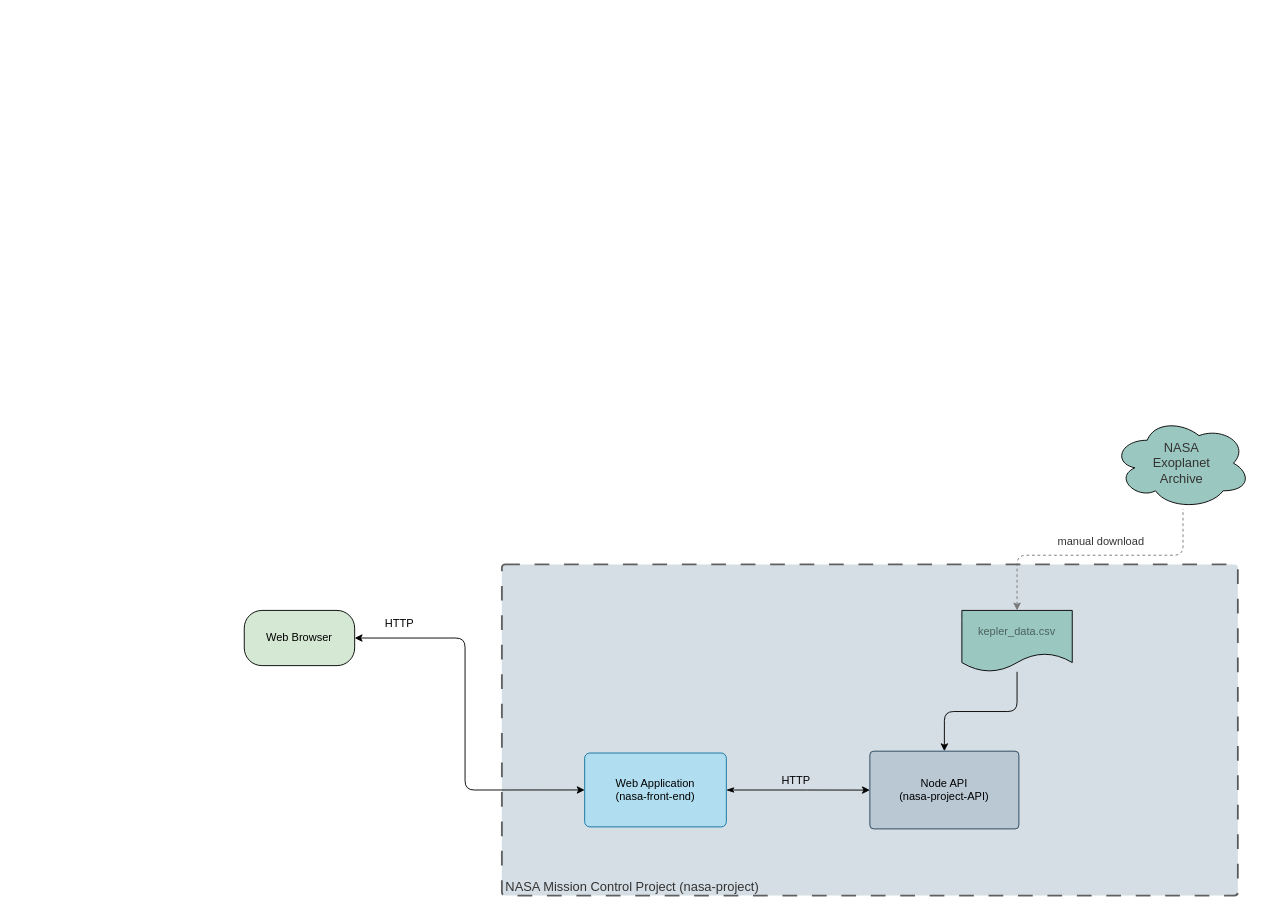
The draw.io diagram Nasa-Project.drawio in eudagraca/nasa-mission-control, before the edit. Source tidied: cells renumbered, new cells numbered last; positions are measured from the earlier drawing's top-left corner, leaving out a move shared by most shapes. Both pictures are drawn from the tidied source at 92%, with x=0, y=0 at pixel (244, 417).
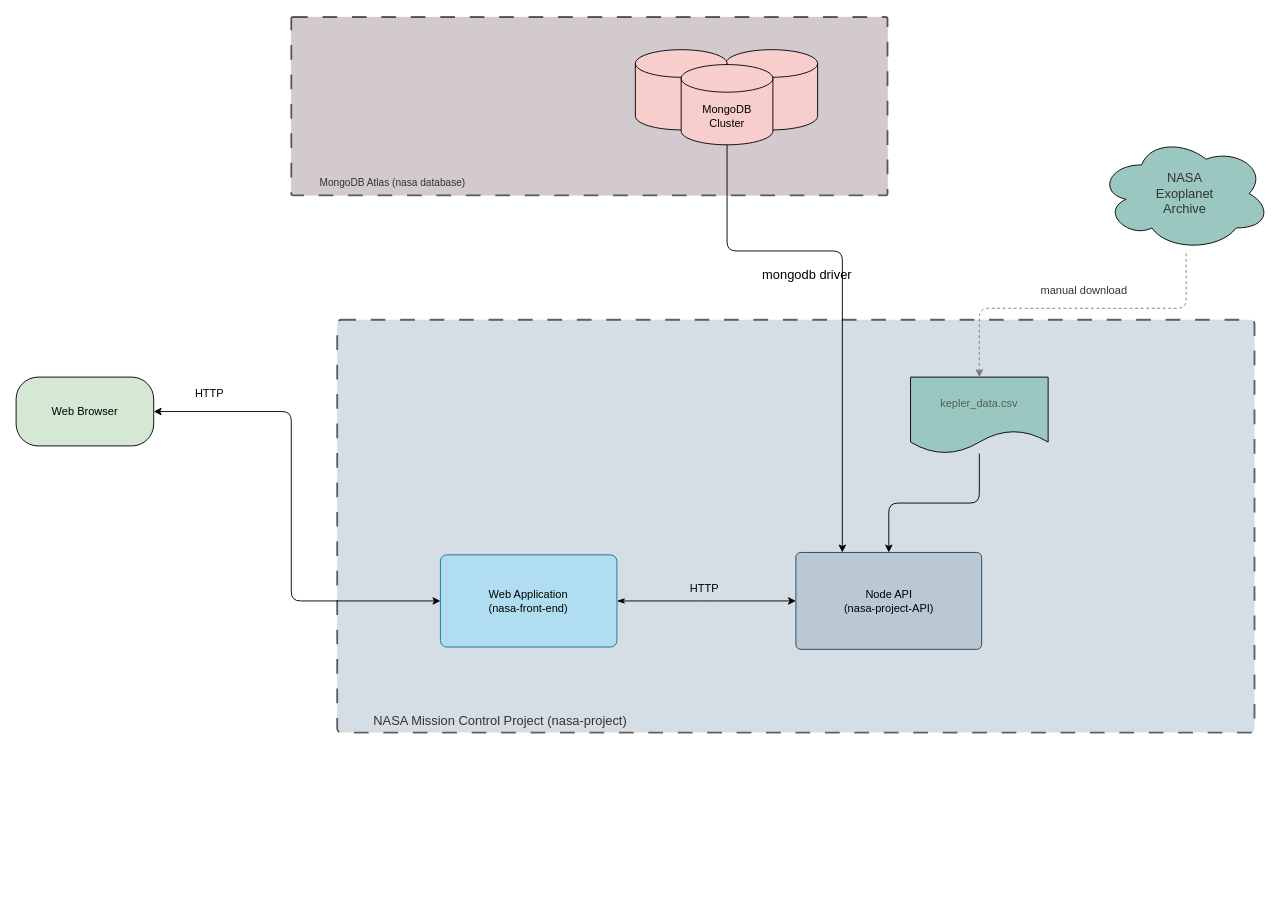
Above is the later version.

The edit, as a diff of the source:
```diff
@@
     <mxCell id="2" style="rounded=1;whiteSpace=wrap;html=1;dashed=1;strokeWidth=2;fillColor=#bac8d3;strokeColor=#000000;opacity=60;arcSize=1;dashPattern=8 8;" parent="1" vertex="1">
-      <mxGeometry x="280" y="160" width="800" height="360" as="geometry" />
+      <mxGeometry x="101" y="-105.9" width="997.1" height="448.7" as="geometry" />
     </mxCell>
-    <mxCell id="3" style="edgeStyle=orthogonalEdgeStyle;rounded=1;jettySize=auto;html=1;startArrow=classicThin;startFill=1;" parent="1" edge="1" source="4" target="5">
-      <mxGeometry relative="1" as="geometry" />
-    </mxCell>
     <mxCell id="4" value="Web Application&lt;br&gt;(nasa-front-end)" style="rounded=1;whiteSpace=wrap;html=1;fillColor=#b1ddf0;strokeColor=#10739e;arcSize=7;" parent="1" vertex="1">
-      <mxGeometry x="370" y="365" width="154" height="80.3" as="geometry" />
+      <mxGeometry x="213.2" y="149.6" width="191.9" height="100.2" as="geometry" />
     </mxCell>
     <mxCell id="5" value="Node API&lt;br&gt;(nasa-project-API)" style="rounded=1;whiteSpace=wrap;html=1;fillColor=#bac8d3;strokeColor=#23445d;arcSize=5;" parent="1" vertex="1">
-      <mxGeometry x="680" y="363" width="162" height="84.5" as="geometry" />
+      <mxGeometry x="599.6" y="147" width="201.9" height="105.3" as="geometry" />
     </mxCell>
+    <mxCell id="3" style="edgeStyle=orthogonalEdgeStyle;rounded=1;jettySize=auto;html=1;startArrow=classicThin;startFill=1;" parent="1" edge="1" source="4" target="5">
+      <mxGeometry relative="1" as="geometry" />
+    </mxCell>
     <mxCell id="6" value="HTTP" style="text;html=1;strokeColor=none;fillColor=none;align=center;verticalAlign=middle;whiteSpace=wrap;rounded=1;" parent="1" vertex="1">
-      <mxGeometry x="570" y="380" width="60" height="30" as="geometry" />
+      <mxGeometry x="462.5" y="168.3" width="74.8" height="37.4" as="geometry" />
     </mxCell>
     <mxCell id="7" value="NASA Mission Control Project (nasa-project)" style="text;html=1;strokeColor=none;fillColor=none;align=center;verticalAlign=middle;whiteSpace=wrap;rounded=1;fontSize=14;fontColor=#333333;" parent="1" vertex="1">
-      <mxGeometry x="282" y="495" width="280" height="30" as="geometry" />
+      <mxGeometry x="103.5" y="311.6" width="349" height="37.4" as="geometry" />
     </mxCell>
     <mxCell id="8" style="edgeStyle=orthogonalEdgeStyle;rounded=1;jettySize=auto;html=1;entryX=0;entryY=0.5;entryDx=0;entryDy=0;startArrow=classic;startFill=1;jumpStyle=sharp;" parent="1" edge="1" source="9" target="4">
       <mxGeometry relative="1" as="geometry">
         <Array as="points">
-          <mxPoint x="240" y="240" />
-          <mxPoint x="240" y="405" />
+          <mxPoint x="51.1" y="-6.2" />
+          <mxPoint x="51.1" y="199.4" />
         </Array>
       </mxGeometry>
     </mxCell>
     <mxCell id="9" value="Web Browser" style="rounded=1;whiteSpace=wrap;html=1;strokeColor=#000000;strokeWidth=1;arcSize=32;fillColor=#d5e8d4;" parent="1" vertex="1">
-      <mxGeometry y="210" width="120" height="60" as="geometry" />
+      <mxGeometry x="-248" y="-43.6" width="149.6" height="74.8" as="geometry" />
     </mxCell>
     <mxCell id="10" value="HTTP" style="text;html=1;strokeColor=none;fillColor=none;align=center;verticalAlign=middle;whiteSpace=wrap;rounded=1;" parent="1" vertex="1">
-      <mxGeometry x="139" y="210" width="60" height="30" as="geometry" />
+      <mxGeometry x="-74.7" y="-43.6" width="74.8" height="37.4" as="geometry" />
     </mxCell>
@@
     <mxCell id="12" value="&lt;font face=&quot;Helvetica&quot; style=&quot;font-size: 12px;&quot;&gt;kepler_data.csv&lt;/font&gt;" style="shape=document;whiteSpace=wrap;html=1;boundedLbl=1;rounded=1;hachureGap=4;fontFamily=Architects Daughter;fontSize=12;fillColor=#9AC7BF;fontColor=#000000;textOpacity=50;" parent="1" vertex="1">
-      <mxGeometry x="780" y="210" width="120" height="66.7" as="geometry" />
+      <mxGeometry x="724.2" y="-43.6" width="149.6" height="83.1" as="geometry" />
     </mxCell>
     <mxCell id="13" value="NASA &lt;br style=&quot;font-size: 14px;&quot;&gt;Exoplanet&lt;br style=&quot;font-size: 14px;&quot;&gt;Archive" style="ellipse;shape=cloud;whiteSpace=wrap;html=1;sketch=0;fontFamily=Helvetica;fontSize=14;fillColor=#9AC7BF;fontColor=#333333;" parent="1" vertex="1">
-      <mxGeometry x="944" width="150" height="100" as="geometry" />
+      <mxGeometry x="928.6" y="-305.4" width="187" height="124.6" as="geometry" />
     </mxCell>
     <mxCell id="14" value="manual download" style="text;html=1;strokeColor=none;fillColor=none;align=center;verticalAlign=middle;whiteSpace=wrap;rounded=1;fontColor=#333333;" parent="1" vertex="1">
-      <mxGeometry x="880" y="120" width="103" height="30" as="geometry" />
+      <mxGeometry x="848.8" y="-155.8" width="128.4" height="37.4" as="geometry" />
     </mxCell>
     <mxCell id="15" style="edgeStyle=orthogonalEdgeStyle;rounded=1;jettySize=auto;html=1;entryX=0.509;entryY=0.997;entryDx=0;entryDy=0;startArrow=classic;startFill=1;jumpStyle=sharp;entryPerimeter=0;exitX=0.5;exitY=0;exitDx=0;exitDy=0;endArrow=none;endFill=0;strokeColor=#787878;dashed=1;" parent="1" edge="1" source="12" target="13">
       <mxGeometry relative="1" as="geometry">
         <Array as="points">
-          <mxPoint x="840" y="150" />
-          <mxPoint x="1020" y="150" />
-          <mxPoint x="1020" y="100" />
+          <mxPoint x="799" y="-118.4" />
+          <mxPoint x="1023.3" y="-118.4" />
+          <mxPoint x="1023.3" y="-180.7" />
         </Array>
       </mxGeometry>
     </mxCell>
+    <mxCell id="16" style="group;fillColor=#f8cecc;strokeColor=#b85450;strokeWidth=0;" parent="1" vertex="1">
+      <mxGeometry x="51.1" y="-435" width="648.1" height="193.8" as="geometry" />
+    </mxCell>
+    <mxCell id="17" style="rounded=1;whiteSpace=wrap;html=1;dashed=1;strokeWidth=2;fillColor=#bac8d3;strokeColor=#000000;opacity=60;arcSize=1;dashPattern=8 8;" parent="16" vertex="1">
+      <mxGeometry width="648.1" height="193.8" as="geometry" />
+    </mxCell>
+    <mxCell id="18" value="MongoDB Atlas (nasa database)" style="text;html=1;strokeColor=none;fillColor=none;align=center;verticalAlign=middle;whiteSpace=wrap;rounded=1;fontSize=11;fontColor=#333333;" parent="16" vertex="1">
+      <mxGeometry x="7.1" y="174.2" width="207.1" height="12.5" as="geometry" />
+    </mxCell>
+    <mxCell id="19" style="shape=cylinder3;whiteSpace=wrap;html=1;boundedLbl=1;backgroundOutline=1;size=15;fillColor=#f8cecc;strokeColor=#000000;" parent="1" vertex="1">
+      <mxGeometry x="523.5" y="-399.5" width="99.7" height="87.2" as="geometry" />
+    </mxCell>
+    <mxCell id="20" style="shape=cylinder3;whiteSpace=wrap;html=1;boundedLbl=1;backgroundOutline=1;size=15;fillColor=#f8cecc;strokeColor=#000000;" parent="1" vertex="1">
+      <mxGeometry x="425.1" y="-399.5" width="99.7" height="87.2" as="geometry" />
+    </mxCell>
+    <mxCell id="21" style="edgeStyle=orthogonalEdgeStyle;rounded=1;jettySize=auto;html=1;entryX=0.25;entryY=0;entryDx=0;entryDy=0;" parent="1" edge="1" source="22" target="5">
+      <mxGeometry relative="1" as="geometry">
+        <Array as="points">
+          <mxPoint x="524.8" y="-180.7" />
+          <mxPoint x="650.7" y="-180.7" />
+        </Array>
+      </mxGeometry>
+    </mxCell>
+    <mxCell id="22" value="MongoDB &lt;br&gt;Cluster" style="shape=cylinder3;whiteSpace=wrap;html=1;boundedLbl=1;backgroundOutline=1;size=15;fillColor=#f8cecc;strokeColor=#000000;" parent="1" vertex="1">
+      <mxGeometry x="474.9" y="-383.3" width="99.7" height="87.2" as="geometry" />
+    </mxCell>
+    <mxCell id="23" value="mongodb driver" style="text;html=1;strokeColor=none;fillColor=none;align=center;verticalAlign=middle;whiteSpace=wrap;rounded=0;fontSize=14;" parent="1" vertex="1">
+      <mxGeometry x="537.2" y="-173.3" width="149.6" height="37.4" as="geometry" />
+    </mxCell>
```
